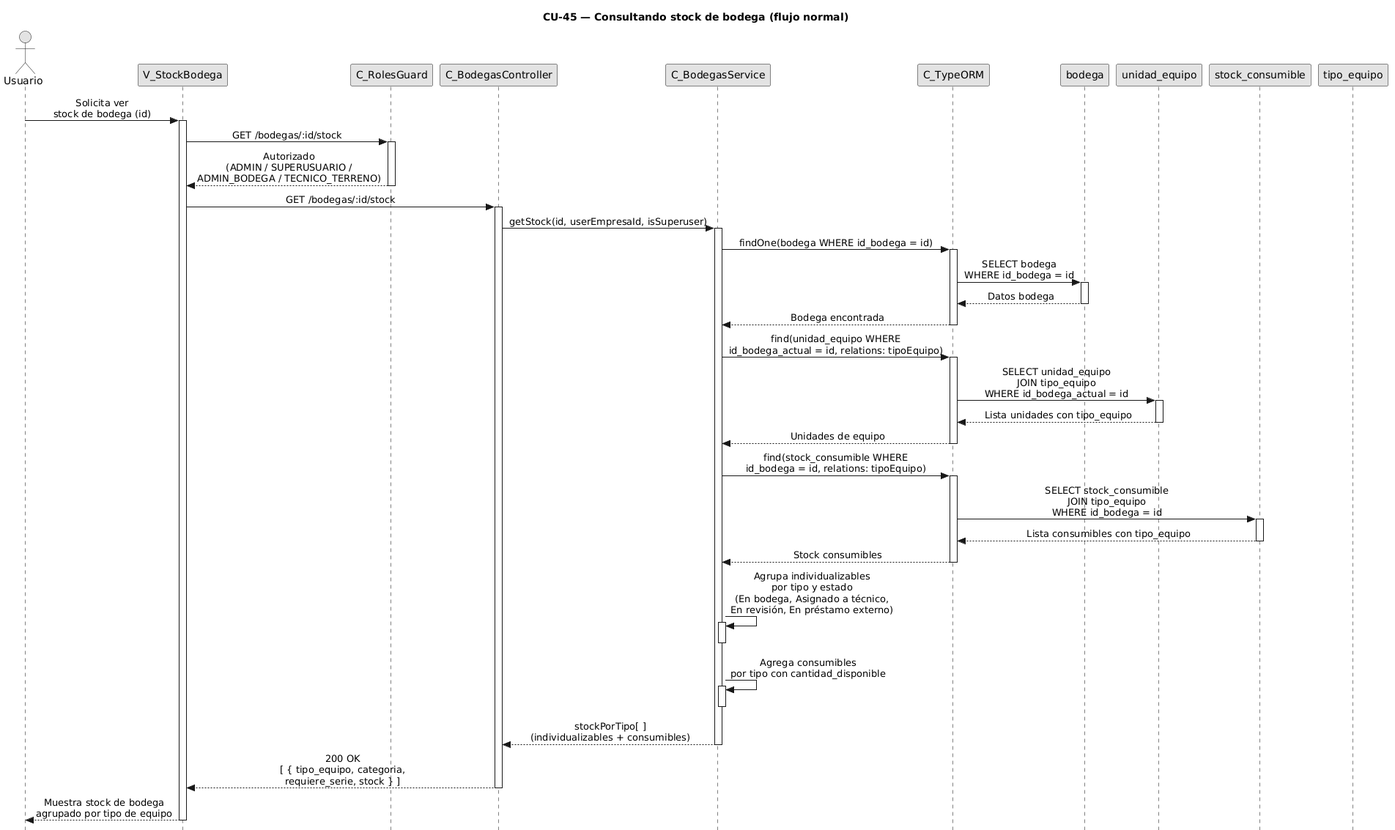
Before: diagramas/diagramas-secuencia/CU45/CU45-normal.png, a diagram exported from PlantUML (FSM-Finet-y-Cable-Magico/Team_1-Inventario-y-Bodega).
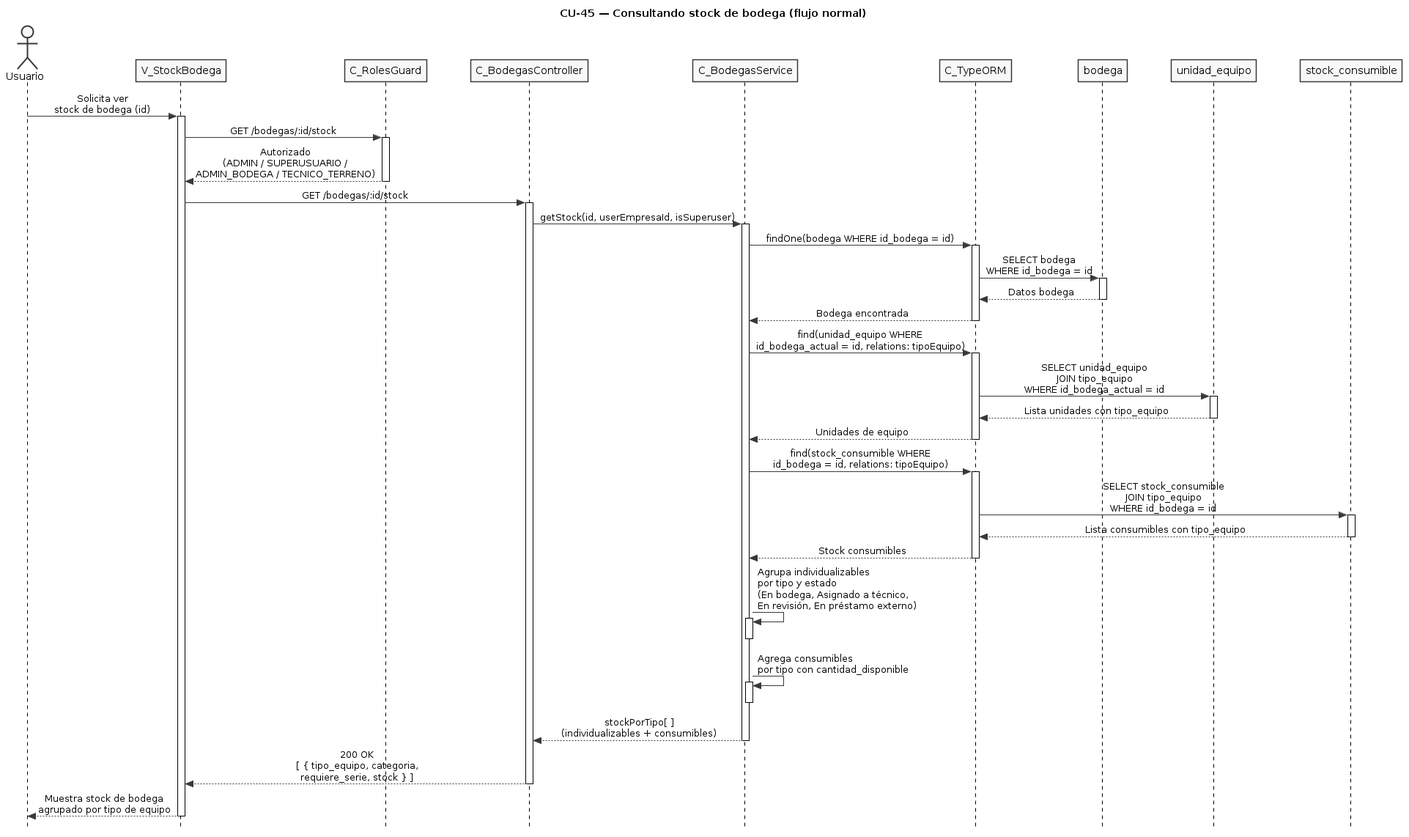
After the commit.

The edit, as a diff of the source:
```diff
@@ -5,6 +5,8 @@
 skinparam monochrome true
 skinparam shadowing false
 skinparam sequenceMessageAlign center
+skinparam ParticipantPadding 25
+skinparam ActorPadding 20
 skinparam sequence {
   MessageAlign center
   LifeLineBorderColor black
@@ -20,7 +22,6 @@
 participant "bodega" as bent
 participant "unidad_equipo" as uent
 participant "stock_consumible" as scent
-participant "tipo_equipo" as tent
 
 user -> view : Solicita ver\nstock de bodega (id)
 activate view
```
